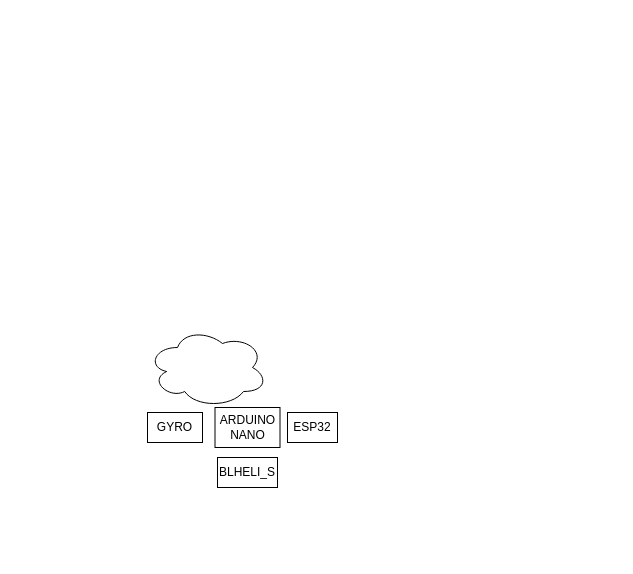
Keshav11-coder/Keshav11-coder.github.io keeps this draw.io diagram as bootcamp2022/stack.drawio. Above is the earlier version. Source tidied: cells renumbered, new cells numbered last; positions are measured from the earlier drawing's top-left corner, leaving out a move shared by most shapes. Both pictures are drawn from the tidied source at 100%, with x=0, y=0 at pixel (147, 327).
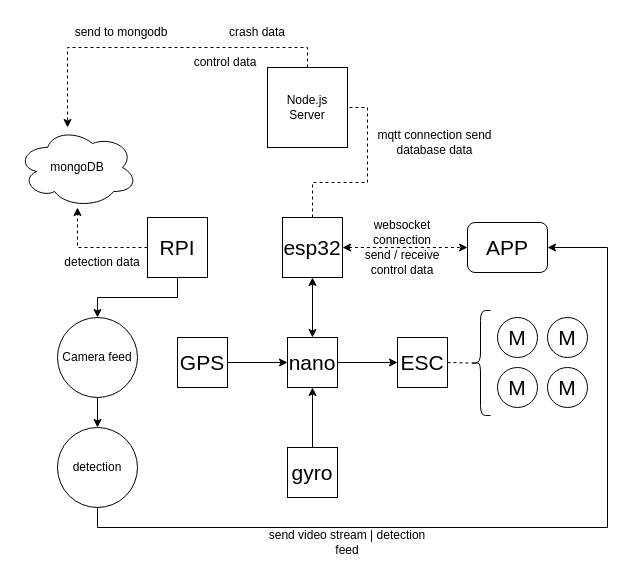
The same page after the edit.

Change to the diagram source:
```diff
@@
-    <mxCell id="2" value="GYRO" style="rounded=0;whiteSpace=wrap;html=1;" parent="1" vertex="1">
-      <mxGeometry y="85" width="55" height="30" as="geometry" />
-    </mxCell>
-    <mxCell id="3" value="ARDUINO NANO" style="rounded=0;whiteSpace=wrap;html=1;" parent="1" vertex="1">
-      <mxGeometry x="67.5" y="80" width="65" height="40" as="geometry" />
-    </mxCell>
-    <mxCell id="4" value="ESP32" style="rounded=0;whiteSpace=wrap;html=1;" parent="1" vertex="1">
-      <mxGeometry x="140" y="85" width="50" height="30" as="geometry" />
-    </mxCell>
-    <mxCell id="5" value="BLHELI_S" style="rounded=0;whiteSpace=wrap;html=1;" parent="1" vertex="1">
-      <mxGeometry x="70" y="130" width="60" height="30" as="geometry" />
-    </mxCell>
-    <mxCell id="6" style="ellipse;shape=cloud;whiteSpace=wrap;html=1;" parent="1" vertex="1">
-      <mxGeometry width="120" height="80" as="geometry" />
-    </mxCell>
+    <mxCell id="7" value="GPS" style="whiteSpace=wrap;html=1;fontSize=21;" parent="1" vertex="1">
+      <mxGeometry x="30" y="10" width="50" height="50" as="geometry" />
+    </mxCell>
+    <mxCell id="8" value="nano" style="whiteSpace=wrap;html=1;fontSize=21;" parent="1" vertex="1">
+      <mxGeometry x="140" y="10" width="50" height="50" as="geometry" />
+    </mxCell>
+    <mxCell id="9" value="gyro" style="whiteSpace=wrap;html=1;fontSize=21;" parent="1" vertex="1">
+      <mxGeometry x="140" y="120" width="50" height="50" as="geometry" />
+    </mxCell>
+    <mxCell id="10" style="edgeStyle=orthogonalEdgeStyle;rounded=0;jettySize=auto;html=1;exitX=0.5;exitY=0;exitDx=0;exitDy=0;entryX=0.417;entryY=0;entryDx=0;entryDy=0;entryPerimeter=0;dashed=1;fontSize=12;startArrow=none;" parent="1" edge="1" source="35" target="30">
+      <mxGeometry relative="1" as="geometry" />
+    </mxCell>
+    <mxCell id="11" value="esp32" style="whiteSpace=wrap;html=1;fontSize=21;" parent="1" vertex="1">
+      <mxGeometry x="135" y="-110" width="60" height="60" as="geometry" />
+    </mxCell>
+    <mxCell id="12" value="ESC" style="whiteSpace=wrap;html=1;fontSize=21;" parent="1" vertex="1">
+      <mxGeometry x="250" y="10" width="50" height="50" as="geometry" />
+    </mxCell>
+    <mxCell id="13" style="endArrow=classic;html=1;rounded=0;fontSize=21;exitX=0.5;exitY=0;exitDx=0;exitDy=0;entryX=0.5;entryY=1;entryDx=0;entryDy=0;" parent="1" edge="1" source="9" target="8">
+      <mxGeometry relative="1" as="geometry" />
+    </mxCell>
+    <mxCell id="14" style="endArrow=classic;html=1;rounded=0;fontSize=21;exitX=1;exitY=0.5;exitDx=0;exitDy=0;entryX=0;entryY=0.5;entryDx=0;entryDy=0;" parent="1" edge="1" source="7" target="8">
+      <mxGeometry relative="1" as="geometry" />
+    </mxCell>
+    <mxCell id="15" style="endArrow=classic;html=1;rounded=0;fontSize=21;entryX=0;entryY=0.5;entryDx=0;entryDy=0;exitX=1;exitY=0.5;exitDx=0;exitDy=0;" parent="1" edge="1" source="8" target="12">
+      <mxGeometry relative="1" as="geometry" />
+    </mxCell>
+    <mxCell id="16" style="endArrow=classic;startArrow=classic;html=1;rounded=0;fontSize=21;entryX=0.5;entryY=1;entryDx=0;entryDy=0;exitX=0.5;exitY=0;exitDx=0;exitDy=0;" parent="1" edge="1" source="8" target="11">
+      <mxGeometry relative="1" as="geometry" />
+    </mxCell>
+    <mxCell id="17" value="APP" style="rounded=1;whiteSpace=wrap;html=1;fontSize=21;" parent="1" vertex="1">
+      <mxGeometry x="320" y="-105" width="80" height="50" as="geometry" />
+    </mxCell>
+    <mxCell id="18" style="endArrow=classic;startArrow=classic;html=1;rounded=0;dashed=1;fontSize=21;entryX=0;entryY=0.5;entryDx=0;entryDy=0;exitX=1;exitY=0.5;exitDx=0;exitDy=0;" parent="1" edge="1" source="11" target="17">
+      <mxGeometry relative="1" as="geometry" />
+    </mxCell>
+    <mxCell id="19" value="M" style="ellipse;whiteSpace=wrap;html=1;fontSize=21;" parent="1" vertex="1">
+      <mxGeometry x="350" y="-10" width="40" height="40" as="geometry" />
+    </mxCell>
+    <mxCell id="20" value="M" style="ellipse;whiteSpace=wrap;html=1;fontSize=21;" parent="1" vertex="1">
+      <mxGeometry x="400" y="-10" width="40" height="40" as="geometry" />
+    </mxCell>
+    <mxCell id="21" value="M" style="ellipse;whiteSpace=wrap;html=1;fontSize=21;" parent="1" vertex="1">
+      <mxGeometry x="350" y="40" width="40" height="40" as="geometry" />
+    </mxCell>
+    <mxCell id="22" value="M" style="ellipse;whiteSpace=wrap;html=1;fontSize=21;" parent="1" vertex="1">
+      <mxGeometry x="400" y="40" width="40" height="40" as="geometry" />
+    </mxCell>
+    <mxCell id="23" style="shape=curlyBracket;whiteSpace=wrap;html=1;rounded=1;labelPosition=left;verticalLabelPosition=middle;align=right;verticalAlign=middle;fontSize=21;" parent="1" vertex="1">
+      <mxGeometry x="323" y="-17" width="20" height="105" as="geometry" />
+    </mxCell>
+    <mxCell id="24" style="endArrow=none;html=1;rounded=0;dashed=1;fontSize=21;entryX=0.1;entryY=0.5;entryDx=0;entryDy=0;entryPerimeter=0;exitX=1;exitY=0.5;exitDx=0;exitDy=0;" parent="1" edge="1" source="12" target="23">
+      <mxGeometry relative="1" as="geometry" />
+    </mxCell>
+    <mxCell id="25" style="edgeStyle=orthogonalEdgeStyle;rounded=0;jettySize=auto;html=1;exitX=0;exitY=0.5;exitDx=0;exitDy=0;entryX=0.5;entryY=1;entryDx=0;entryDy=0;entryPerimeter=0;dashed=1;fontSize=12;" parent="1" edge="1" source="27" target="30">
+      <mxGeometry relative="1" as="geometry" />
+    </mxCell>
+    <mxCell id="26" style="edgeStyle=orthogonalEdgeStyle;rounded=0;jettySize=auto;html=1;exitX=0.5;exitY=1;exitDx=0;exitDy=0;entryX=0.5;entryY=0;entryDx=0;entryDy=0;fontSize=12;" parent="1" edge="1" source="27" target="37">
+      <mxGeometry relative="1" as="geometry" />
+    </mxCell>
+    <mxCell id="27" value="RPI" style="whiteSpace=wrap;html=1;fontSize=21;" parent="1" vertex="1">
+      <mxGeometry y="-110" width="60" height="60" as="geometry" />
+    </mxCell>
+    <mxCell id="28" value="websocket connection" style="text;html=1;strokeColor=none;fillColor=none;align=center;verticalAlign=middle;whiteSpace=wrap;rounded=0;fontSize=12;" parent="1" vertex="1">
+      <mxGeometry x="210" y="-110" width="90" height="30" as="geometry" />
+    </mxCell>
+    <mxCell id="29" value="send / receive control data" style="text;html=1;strokeColor=none;fillColor=none;align=center;verticalAlign=middle;whiteSpace=wrap;rounded=0;fontSize=12;" parent="1" vertex="1">
+      <mxGeometry x="200" y="-80" width="110" height="30" as="geometry" />
+    </mxCell>
+    <mxCell id="30" value="mongoDB" style="ellipse;shape=cloud;whiteSpace=wrap;html=1;fontSize=12;" parent="1" vertex="1">
+      <mxGeometry x="-130" y="-200" width="120" height="80" as="geometry" />
+    </mxCell>
+    <mxCell id="31" value="detection data" style="text;html=1;strokeColor=none;fillColor=none;align=center;verticalAlign=middle;whiteSpace=wrap;rounded=0;fontSize=12;" parent="1" vertex="1">
+      <mxGeometry x="-90" y="-80" width="90" height="30" as="geometry" />
+    </mxCell>
+    <mxCell id="32" value="crash data" style="text;html=1;strokeColor=none;fillColor=none;align=center;verticalAlign=middle;whiteSpace=wrap;rounded=0;fontSize=12;" parent="1" vertex="1">
+      <mxGeometry x="80" y="-310" width="60" height="30" as="geometry" />
+    </mxCell>
+    <mxCell id="33" value="control data" style="text;html=1;strokeColor=none;fillColor=none;align=center;verticalAlign=middle;whiteSpace=wrap;rounded=0;fontSize=12;" parent="1" vertex="1">
+      <mxGeometry x="38" y="-280" width="80" height="30" as="geometry" />
+    </mxCell>
+    <mxCell id="34" style="edgeStyle=orthogonalEdgeStyle;rounded=0;jettySize=auto;html=1;exitX=0.5;exitY=0;exitDx=0;exitDy=0;entryX=1;entryY=0.5;entryDx=0;entryDy=0;dashed=1;fontSize=12;endArrow=none;" parent="1" edge="1" source="11" target="35">
+      <mxGeometry relative="1" as="geometry" />
+    </mxCell>
+    <mxCell id="35" value="Node.js Server" style="whiteSpace=wrap;html=1;fontSize=12;" parent="1" vertex="1">
+      <mxGeometry x="120" y="-260" width="80" height="80" as="geometry" />
+    </mxCell>
+    <mxCell id="36" style="edgeStyle=orthogonalEdgeStyle;rounded=0;jettySize=auto;html=1;exitX=0.5;exitY=1;exitDx=0;exitDy=0;entryX=0.5;entryY=0;entryDx=0;entryDy=0;fontSize=12;" parent="1" edge="1" source="37" target="39">
+      <mxGeometry relative="1" as="geometry" />
+    </mxCell>
+    <mxCell id="37" value="Camera feed" style="ellipse;whiteSpace=wrap;html=1;fontSize=12;" parent="1" vertex="1">
+      <mxGeometry x="-90" y="-10" width="80" height="80" as="geometry" />
+    </mxCell>
+    <mxCell id="38" style="edgeStyle=orthogonalEdgeStyle;rounded=0;jettySize=auto;html=1;exitX=0.5;exitY=1;exitDx=0;exitDy=0;entryX=1;entryY=0.5;entryDx=0;entryDy=0;fontSize=12;" parent="1" edge="1" source="39" target="17">
+      <mxGeometry relative="1" as="geometry">
+        <Array as="points">
+          <mxPoint x="-50" y="200" />
+          <mxPoint x="460" y="200" />
+          <mxPoint x="460" y="-80" />
+        </Array>
+      </mxGeometry>
+    </mxCell>
+    <mxCell id="39" value="detection" style="ellipse;whiteSpace=wrap;html=1;fontSize=12;" parent="1" vertex="1">
+      <mxGeometry x="-90" y="100" width="80" height="80" as="geometry" />
+    </mxCell>
+    <mxCell id="40" value="send video stream | detection feed" style="text;html=1;strokeColor=none;fillColor=none;align=center;verticalAlign=middle;whiteSpace=wrap;rounded=0;fontSize=12;" parent="1" vertex="1">
+      <mxGeometry x="110" y="200" width="180" height="30" as="geometry" />
+    </mxCell>
+    <mxCell id="41" value="send to mongodb" style="text;html=1;strokeColor=none;fillColor=none;align=center;verticalAlign=middle;whiteSpace=wrap;rounded=0;fontSize=12;" parent="1" vertex="1">
+      <mxGeometry x="-76" y="-310" width="100" height="30" as="geometry" />
+    </mxCell>
+    <mxCell id="42" value="mqtt connection send database data" style="text;html=1;strokeColor=none;fillColor=none;align=center;verticalAlign=middle;whiteSpace=wrap;rounded=0;fontSize=12;" parent="1" vertex="1">
+      <mxGeometry x="219" y="-200" width="137" height="30" as="geometry" />
+    </mxCell>
```
